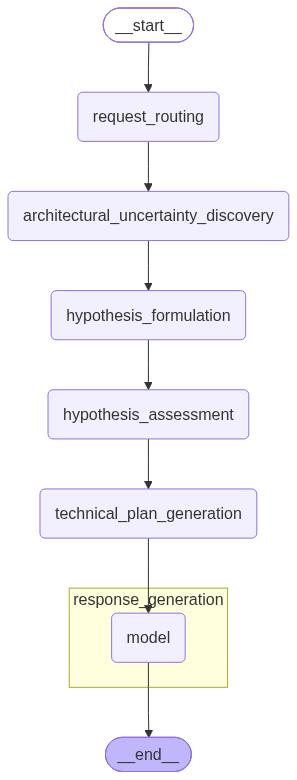
archhypo-ai/archflow-solo keeps this Mermaid diagram as docs/architecture/archhypo-flow-agent.png. Above is the earlier version. Its source is kept beside it as docs/architecture/archhypo-flow-agent.mmd.
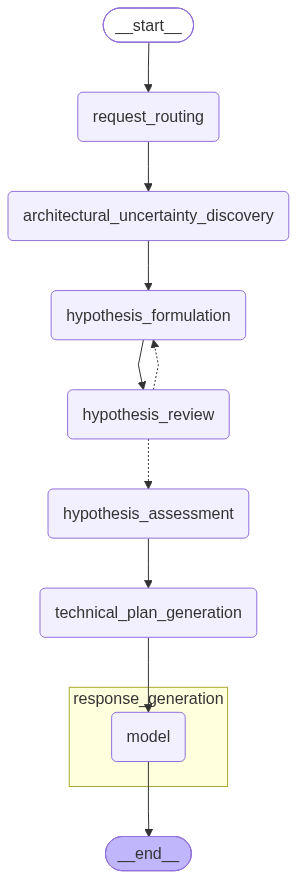
The same diagram one commit later.

The edit, as a diff of the source:
```diff
@@ -9,12 +9,15 @@
 	architectural_uncertainty_discovery(architectural_uncertainty_discovery)
 	hypothesis_formulation(hypothesis_formulation)
 	hypothesis_assessment(hypothesis_assessment)
+	hypothesis_review(hypothesis_review)
 	technical_plan_generation(technical_plan_generation)
 	__end__([<p>__end__</p>]):::last
 	__start__ --> request_routing;
 	architectural_uncertainty_discovery --> hypothesis_formulation;
 	hypothesis_assessment --> technical_plan_generation;
-	hypothesis_formulation --> hypothesis_assessment;
+	hypothesis_formulation --> hypothesis_review;
+	hypothesis_review -.-> hypothesis_assessment;
+	hypothesis_review -.-> hypothesis_formulation;
 	request_routing --> architectural_uncertainty_discovery;
 	technical_plan_generation --> response_generation\3amodel;
 	response_generation\3amodel --> __end__;
```
